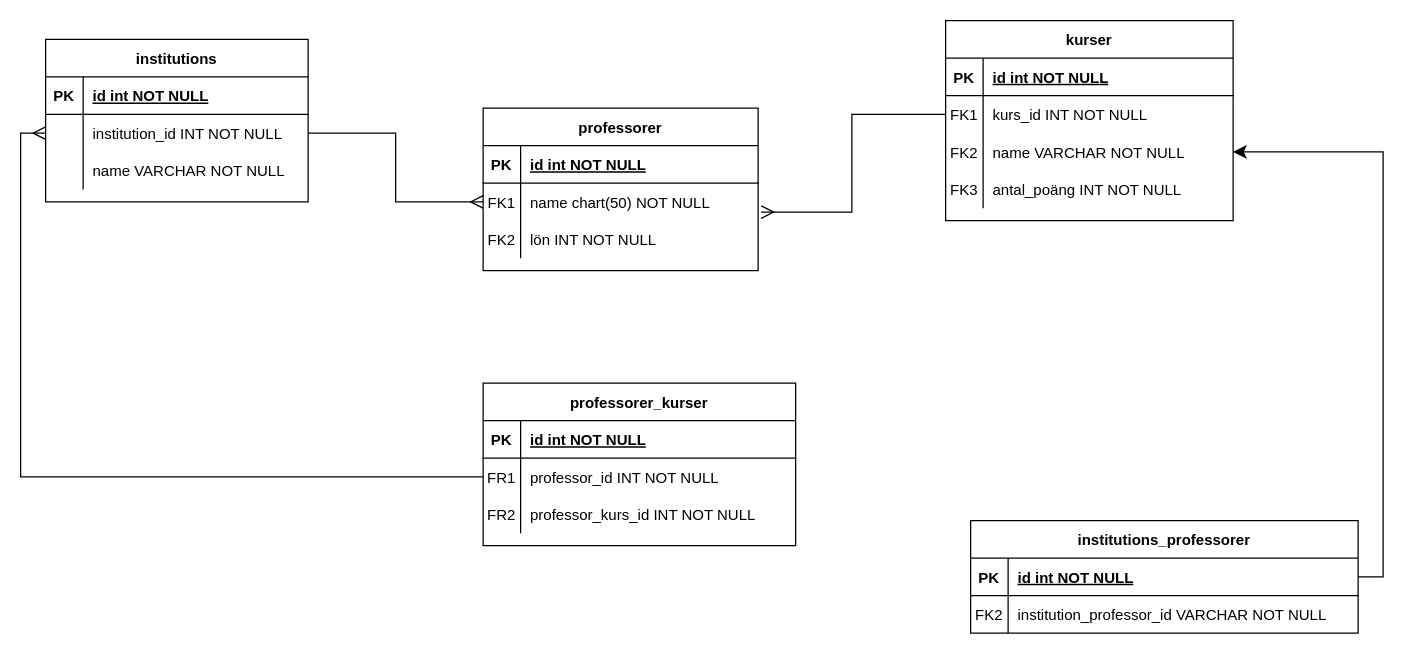
Above: universitet.drawio in DulamaA/ER-diagrams (draw.io), before the change. Source tidied: cells renumbered, new cells numbered last; positions are measured from the earlier drawing's top-left corner, leaving out a move shared by most shapes. Both pictures are drawn from the tidied source at 125%, with x=0, y=0 at pixel (45, 20).
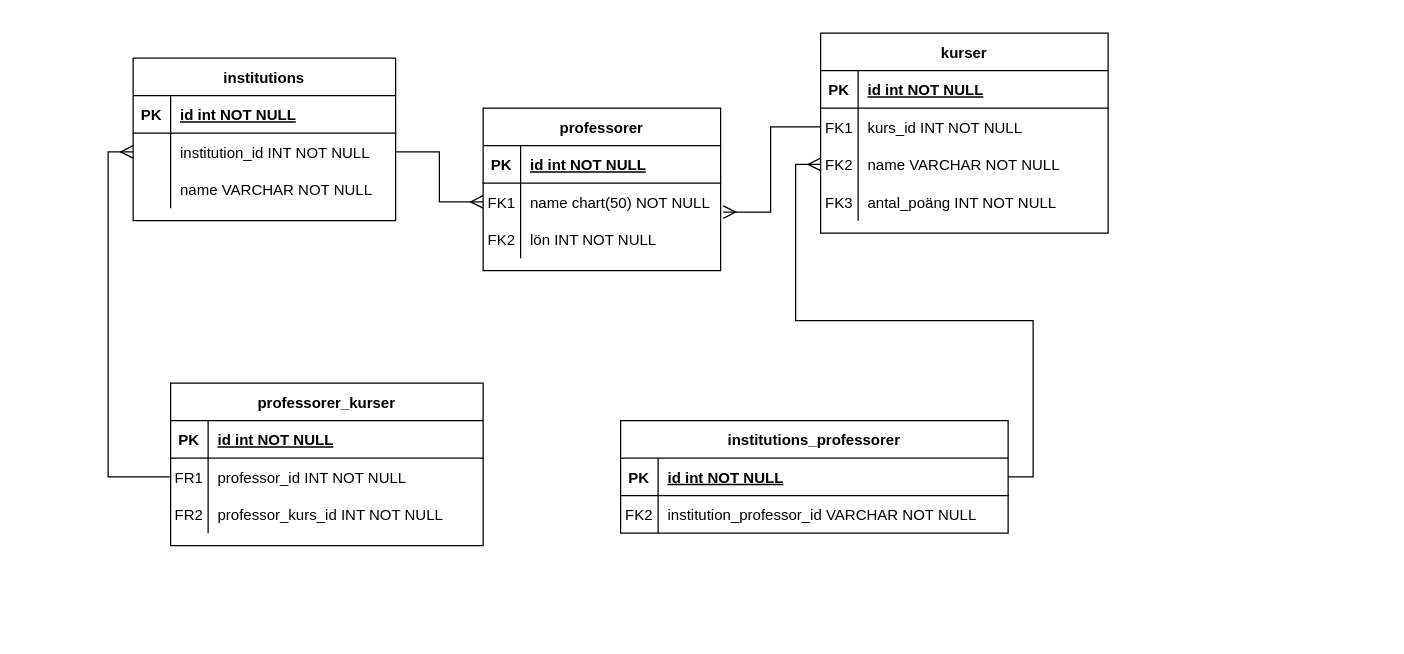
The same page after the edit.

The change refers to these unchanged cells:
```xml
<mxCell id="19" style="shape=partialRectangle;fillColor=none;points=[[0,0.5],[1,0.5]];portConstraint=eastwest;top=0;left=0;right=0;bottom=0;" parent="12" vertex="1">
  <mxGeometry y="90" width="230" height="30" as="geometry" />
</mxCell>
<mxCell id="47" style="shape=partialRectangle;fillColor=none;points=[[0,0.5],[1,0.5]];portConstraint=eastwest;top=0;left=0;right=0;bottom=1;" parent="46" vertex="1">
  <mxGeometry y="30" width="310" height="30" as="geometry" />
</mxCell>
```

What changed in the source:
```diff
@@
     <mxCell id="2" value="professorer" style="shape=table;startSize=30;childLayout=tableLayout;rowLines=0;fontStyle=1;align=center;" parent="1" vertex="1">
-      <mxGeometry x="350" y="70" width="220" height="130" as="geometry" />
+      <mxGeometry x="350" y="70" width="190" height="130" as="geometry" />
     </mxCell>
     <mxCell id="3" style="shape=partialRectangle;fillColor=none;top=0;left=0;right=0;bottom=1;" parent="2" vertex="1">
-      <mxGeometry y="30" width="220" height="30" as="geometry" />
+      <mxGeometry y="30" width="190" height="30" as="geometry" />
     </mxCell>
@@
     <mxCell id="5" value="id int NOT NULL " style="shape=partialRectangle;overflow=hidden;fillColor=none;top=0;left=0;bottom=0;right=0;align=left;spacingLeft=6;fontStyle=5;" parent="3" vertex="1">
-      <mxGeometry x="30" width="190" height="30" as="geometry" />
+      <mxGeometry x="30" width="160" height="30" as="geometry" />
     </mxCell>
     <mxCell id="6" style="shape=partialRectangle;fillColor=none;points=[[0,0.5],[1,0.5]];portConstraint=eastwest;top=0;left=0;right=0;bottom=0;" parent="2" vertex="1">
-      <mxGeometry y="60" width="220" height="30" as="geometry" />
+      <mxGeometry y="60" width="190" height="30" as="geometry" />
     </mxCell>
@@
     <mxCell id="8" value="name chart(50) NOT NULL" style="shape=partialRectangle;overflow=hidden;fillColor=none;top=0;left=0;bottom=0;right=0;align=left;spacingLeft=6;" parent="6" vertex="1">
-      <mxGeometry x="30" width="190" height="30" as="geometry" />
+      <mxGeometry x="30" width="160" height="30" as="geometry" />
     </mxCell>
     <mxCell id="9" style="shape=partialRectangle;fillColor=none;top=0;left=0;right=0;bottom=0;" parent="2" vertex="1">
-      <mxGeometry y="90" width="220" height="30" as="geometry" />
+      <mxGeometry y="90" width="190" height="30" as="geometry" />
     </mxCell>
@@
     <mxCell id="11" value="lön INT NOT NULL" style="shape=partialRectangle;overflow=hidden;fillColor=none;top=0;left=0;bottom=0;right=0;align=left;spacingLeft=6;" parent="9" vertex="1">
-      <mxGeometry x="30" width="190" height="30" as="geometry" />
+      <mxGeometry x="30" width="160" height="30" as="geometry" />
     </mxCell>
     <mxCell id="12" value="kurser" style="shape=table;startSize=30;childLayout=tableLayout;rowLines=0;fontStyle=1;align=center;" parent="1" vertex="1">
-      <mxGeometry x="720" width="230" height="160" as="geometry" />
+      <mxGeometry x="620" y="10" width="230" height="160" as="geometry" />
     </mxCell>
@@
     <mxCell id="25" value="institutions" style="shape=table;startSize=30;childLayout=tableLayout;rowLines=0;fontStyle=1;align=center;" parent="1" vertex="1">
-      <mxGeometry y="15" width="210" height="130" as="geometry" />
+      <mxGeometry x="70" y="30" width="210" height="130" as="geometry" />
     </mxCell>
@@
     <mxCell id="36" value="professorer_kurser" style="shape=table;startSize=30;childLayout=tableLayout;rowLines=0;fontStyle=1;align=center;" parent="1" vertex="1">
-      <mxGeometry x="350" y="290" width="250" height="130" as="geometry" />
+      <mxGeometry x="100" y="290" width="250" height="130" as="geometry" />
     </mxCell>
@@
     <mxCell id="46" value="institutions_professorer" style="shape=table;startSize=30;childLayout=tableLayout;rowLines=0;fontStyle=1;align=center;" parent="1" vertex="1">
-      <mxGeometry x="740" y="400" width="310" height="90" as="geometry" />
+      <mxGeometry x="460" y="320" width="310" height="90" as="geometry" />
     </mxCell>
@@
-    <mxCell id="56" style="edgeStyle=orthogonalEdgeStyle;rounded=0;jettySize=auto;html=1;exitX=1;exitY=0.5;exitDx=0;exitDy=0;fontSize=12;startSize=8;endSize=8;" parent="1" edge="1" source="47" target="19">
+    <mxCell id="56" style="edgeStyle=orthogonalEdgeStyle;rounded=0;jettySize=auto;html=1;exitX=1;exitY=0.5;exitDx=0;exitDy=0;fontSize=12;startSize=8;endSize=8;endArrow=ERmany;endFill=0;" parent="1" edge="1" source="47" target="19">
       <mxGeometry relative="1" as="geometry" />
     </mxCell>
```
